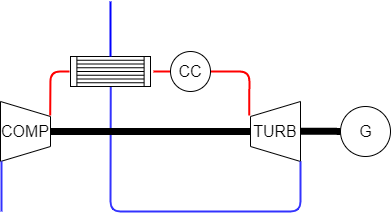
Boreas3/TFE keeps this draw.io diagram as Chapter_4_-_Brayton_cycle/Images/RGT.png. Above is the earlier version. Source tidied: cells renumbered, new cells last; positions are measured from the earlier drawing's top-left corner, leaving out a move shared by most shapes.
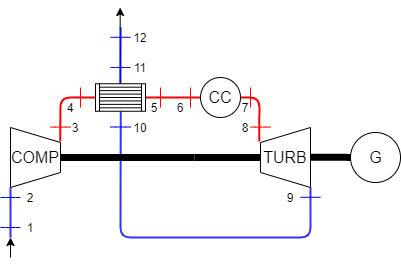
The same diagram one commit later.

Diff of the diagram source:
```diff
@@ -24,8 +24,8 @@
     </mxCell>
     <mxCell id="7" style="endArrow=none;html=1;strokeWidth=2;strokeColor=#3333FF;" parent="1" edge="1">
       <mxGeometry relative="1" as="geometry">
-        <mxPoint x="1" y="210" as="sourcePoint" />
-        <mxPoint x="1" y="160" as="targetPoint" />
+        <mxPoint y="210" as="sourcePoint" />
+        <mxPoint y="160" as="targetPoint" />
       </mxGeometry>
     </mxCell>
     <mxCell id="8" style="endArrow=none;html=1;strokeWidth=2;strokeColor=#3333FF;exitX=0.503;exitY=1.008;exitDx=0;exitDy=0;exitPerimeter=0;" parent="1" edge="1" source="9">
@@ -37,30 +37,24 @@
         </Array>
       </mxGeometry>
     </mxCell>
-    <mxCell id="9" style="shape=mxgraph.pid.heat_exchangers.fixed_straight_tubes_heat_exchanger;html=1;align=center;verticalLabelPosition=bottom;verticalAlign=top;dashed=0;" parent="1" vertex="1">
-      <mxGeometry x="70" y="55" width="80" height="30" as="geometry" />
-    </mxCell>
-    <mxCell id="10" style="endArrow=none;html=1;strokeColor=#FF0000;strokeWidth=2;" parent="1" edge="1">
-      <mxGeometry relative="1" as="geometry">
-        <mxPoint x="153" y="70" as="sourcePoint" />
-        <mxPoint x="170" y="70" as="targetPoint" />
-      </mxGeometry>
+    <mxCell id="10" style="endArrow=none;html=1;strokeColor=#FF0000;strokeWidth=2;exitX=0.968;exitY=0.5;exitDx=0;exitDy=0;exitPerimeter=0;entryX=0;entryY=0.5;entryDx=0;entryDy=0;" parent="1" edge="1" source="9" target="17">
+      <mxGeometry relative="1" as="geometry" />
     </mxCell>
-    <mxCell id="11" style="endArrow=none;html=1;strokeWidth=2;entryX=1.026;entryY=0.768;entryDx=0;entryDy=0;entryPerimeter=0;strokeColor=#FF0000;" parent="1" edge="1">
+    <mxCell id="11" style="endArrow=none;html=1;strokeWidth=2;entryX=1.026;entryY=0.768;entryDx=0;entryDy=0;entryPerimeter=0;strokeColor=#FF0000;exitX=0;exitY=0.5;exitDx=0;exitDy=0;exitPerimeter=0;" parent="1" edge="1" source="9">
       <mxGeometry relative="1" as="geometry">
-        <mxPoint x="69" y="70" as="sourcePoint" />
         <mxPoint x="49.7" y="113.9" as="targetPoint" />
         <Array as="points">
           <mxPoint x="50" y="70" />
         </Array>
       </mxGeometry>
     </mxCell>
-    <mxCell id="12" style="endArrow=none;html=1;exitX=1;exitY=0.5;exitDx=0;exitDy=0;exitPerimeter=0;entryX=1;entryY=0.5;entryDx=0;entryDy=0;entryPerimeter=0;jumpSize=6;strokeWidth=7;" parent="1" edge="1" source="2" target="3">
-      <mxGeometry relative="1" as="geometry" />
+    <mxCell id="12" style="endArrow=none;html=1;exitX=1;exitY=0.5;exitDx=0;exitDy=0;exitPerimeter=0;entryX=1;entryY=0.5;entryDx=0;entryDy=0;entryPerimeter=0;jumpSize=6;strokeWidth=7;" parent="1" edge="1" target="3">
+      <mxGeometry relative="1" as="geometry">
+        <mxPoint x="184" y="130" as="sourcePoint" />
+      </mxGeometry>
     </mxCell>
-    <mxCell id="13" style="endArrow=none;html=1;strokeColor=#0000FF;strokeWidth=2;" parent="1" edge="1">
+    <mxCell id="13" style="endArrow=none;html=1;strokeColor=#0000FF;strokeWidth=2;exitX=0.497;exitY=0;exitDx=0;exitDy=0;exitPerimeter=0;" parent="1" edge="1" source="9">
       <mxGeometry relative="1" as="geometry">
-        <mxPoint x="110" y="55" as="sourcePoint" />
         <mxPoint x="110" as="targetPoint" />
       </mxGeometry>
     </mxCell>
@@ -77,10 +71,162 @@
       </mxGeometry>
     </mxCell>
     <mxCell id="16" style="ellipse;whiteSpace=wrap;html=1;" parent="1" vertex="1">
-      <mxGeometry x="170" y="50" width="40" height="40" as="geometry" />
+      <mxGeometry x="190" y="50" width="40" height="40" as="geometry" />
     </mxCell>
     <mxCell id="17" value="CC" style="text;html=1;strokeColor=none;fillColor=none;align=center;verticalAlign=middle;whiteSpace=wrap;rounded=0;fontSize=16;" parent="1" vertex="1">
-      <mxGeometry x="170" y="60" width="40" height="20" as="geometry" />
+      <mxGeometry x="190" y="60" width="40" height="20" as="geometry" />
     </mxCell>
+    <mxCell id="18" style="endArrow=none;html=1;strokeColor=#0000FF;" parent="1" edge="1">
+      <mxGeometry relative="1" as="geometry">
+        <mxPoint x="-10" y="200" as="sourcePoint" />
+        <mxPoint x="10" y="200" as="targetPoint" />
+        <Array as="points">
+          <mxPoint y="200" />
+        </Array>
+      </mxGeometry>
+    </mxCell>
+    <mxCell id="19" style="endArrow=none;html=1;strokeColor=#FF0000;" parent="1" edge="1">
+      <mxGeometry relative="1" as="geometry">
+        <mxPoint x="40" y="99.6" as="sourcePoint" />
+        <mxPoint x="60" y="99.6" as="targetPoint" />
+        <Array as="points">
+          <mxPoint x="50" y="99.6" />
+        </Array>
+      </mxGeometry>
+    </mxCell>
+    <mxCell id="20" value="1" style="text;html=1;strokeColor=none;fillColor=none;align=center;verticalAlign=middle;whiteSpace=wrap;rounded=0;" parent="1" vertex="1">
+      <mxGeometry y="190" width="40" height="20" as="geometry" />
+    </mxCell>
+    <mxCell id="21" value="3" style="text;html=1;strokeColor=none;fillColor=none;align=center;verticalAlign=middle;whiteSpace=wrap;rounded=0;" parent="1" vertex="1">
+      <mxGeometry x="45" y="90" width="40" height="20" as="geometry" />
+    </mxCell>
+    <mxCell id="22" style="endArrow=none;html=1;strokeColor=#0000FF;" parent="1" edge="1">
+      <mxGeometry relative="1" as="geometry">
+        <mxPoint x="-10" y="170" as="sourcePoint" />
+        <mxPoint x="10" y="170" as="targetPoint" />
+        <Array as="points">
+          <mxPoint y="170" />
+        </Array>
+      </mxGeometry>
+    </mxCell>
+    <mxCell id="23" value="2" style="text;html=1;strokeColor=none;fillColor=none;align=center;verticalAlign=middle;whiteSpace=wrap;rounded=0;" parent="1" vertex="1">
+      <mxGeometry y="160" width="40" height="20" as="geometry" />
+    </mxCell>
+    <mxCell id="24" style="endArrow=none;html=1;strokeColor=#FF0000;" parent="1" edge="1">
+      <mxGeometry relative="1" as="geometry">
+        <mxPoint x="70" y="80" as="sourcePoint" />
+        <mxPoint x="70" y="60" as="targetPoint" />
+      </mxGeometry>
+    </mxCell>
+    <mxCell id="25" value="4" style="text;html=1;strokeColor=none;fillColor=none;align=center;verticalAlign=middle;whiteSpace=wrap;rounded=0;" parent="1" vertex="1">
+      <mxGeometry x="40" y="70" width="40" height="20" as="geometry" />
+    </mxCell>
+    <mxCell id="9" style="shape=mxgraph.pid.heat_exchangers.fixed_straight_tubes_heat_exchanger;html=1;align=center;verticalLabelPosition=bottom;verticalAlign=top;dashed=0;" parent="1" vertex="1">
+      <mxGeometry x="85" y="56.2" width="50" height="27.5" as="geometry" />
+    </mxCell>
+    <mxCell id="26" style="endArrow=none;html=1;strokeColor=#FF0000;" parent="1" edge="1">
+      <mxGeometry relative="1" as="geometry">
+        <mxPoint x="150" y="80" as="sourcePoint" />
+        <mxPoint x="150" y="60" as="targetPoint" />
+      </mxGeometry>
+    </mxCell>
+    <mxCell id="27" style="endArrow=none;html=1;exitX=1;exitY=0.5;exitDx=0;exitDy=0;exitPerimeter=0;entryX=1;entryY=0.5;entryDx=0;entryDy=0;entryPerimeter=0;jumpSize=6;strokeWidth=7;" parent="1" edge="1" source="2">
+      <mxGeometry relative="1" as="geometry">
+        <mxPoint x="184" y="130" as="targetPoint" />
+      </mxGeometry>
+    </mxCell>
+    <mxCell id="28" value="5" style="text;html=1;strokeColor=none;fillColor=none;align=center;verticalAlign=middle;whiteSpace=wrap;rounded=0;" parent="1" vertex="1">
+      <mxGeometry x="124" y="70" width="40" height="20" as="geometry" />
+    </mxCell>
+    <mxCell id="29" style="endArrow=none;html=1;strokeColor=#FF0000;" parent="1" edge="1">
+      <mxGeometry relative="1" as="geometry">
+        <mxPoint x="180" y="80" as="sourcePoint" />
+        <mxPoint x="180" y="60" as="targetPoint" />
+      </mxGeometry>
+    </mxCell>
+    <mxCell id="30" value="6" style="text;html=1;strokeColor=none;fillColor=none;align=center;verticalAlign=middle;whiteSpace=wrap;rounded=0;" parent="1" vertex="1">
+      <mxGeometry x="150" y="70" width="40" height="20" as="geometry" />
+    </mxCell>
+    <mxCell id="31" style="endArrow=none;html=1;strokeColor=#FF0000;" parent="1" edge="1">
+      <mxGeometry relative="1" as="geometry">
+        <mxPoint x="240" y="80" as="sourcePoint" />
+        <mxPoint x="240" y="60" as="targetPoint" />
+      </mxGeometry>
+    </mxCell>
+    <mxCell id="32" value="7" style="text;html=1;strokeColor=none;fillColor=none;align=center;verticalAlign=middle;whiteSpace=wrap;rounded=0;" parent="1" vertex="1">
+      <mxGeometry x="215" y="70" width="40" height="20" as="geometry" />
+    </mxCell>
+    <mxCell id="33" style="endArrow=none;html=1;strokeColor=#FF0000;" parent="1" edge="1">
+      <mxGeometry relative="1" as="geometry">
+        <mxPoint x="240" y="99.6" as="sourcePoint" />
+        <mxPoint x="260" y="99.6" as="targetPoint" />
+        <Array as="points">
+          <mxPoint x="250" y="99.6" />
+        </Array>
+      </mxGeometry>
+    </mxCell>
+    <mxCell id="34" value="8" style="text;html=1;strokeColor=none;fillColor=none;align=center;verticalAlign=middle;whiteSpace=wrap;rounded=0;" parent="1" vertex="1">
+      <mxGeometry x="215" y="90" width="40" height="20" as="geometry" />
+    </mxCell>
+    <mxCell id="35" style="endArrow=none;html=1;strokeColor=#0000FF;" parent="1" edge="1">
+      <mxGeometry relative="1" as="geometry">
+        <mxPoint x="290" y="169.8" as="sourcePoint" />
+        <mxPoint x="310" y="169.8" as="targetPoint" />
+        <Array as="points">
+          <mxPoint x="300" y="169.8" />
+        </Array>
+      </mxGeometry>
+    </mxCell>
+    <mxCell id="36" value="9" style="text;html=1;strokeColor=none;fillColor=none;align=center;verticalAlign=middle;whiteSpace=wrap;rounded=0;" parent="1" vertex="1">
+      <mxGeometry x="260" y="160" width="40" height="20" as="geometry" />
+    </mxCell>
+    <mxCell id="37" style="endArrow=none;html=1;strokeColor=#0000FF;" parent="1" edge="1">
+      <mxGeometry relative="1" as="geometry">
+        <mxPoint x="100" y="99.5" as="sourcePoint" />
+        <mxPoint x="120" y="99.5" as="targetPoint" />
+        <Array as="points">
+          <mxPoint x="110" y="99.5" />
+        </Array>
+      </mxGeometry>
+    </mxCell>
+    <mxCell id="38" value="10" style="text;html=1;strokeColor=none;fillColor=none;align=center;verticalAlign=middle;whiteSpace=wrap;rounded=0;" parent="1" vertex="1">
+      <mxGeometry x="110" y="90" width="40" height="20" as="geometry" />
+    </mxCell>
+    <mxCell id="39" style="endArrow=none;html=1;strokeColor=#0000FF;" parent="1" edge="1">
+      <mxGeometry relative="1" as="geometry">
+        <mxPoint x="100" y="9.8" as="sourcePoint" />
+        <mxPoint x="120" y="9.8" as="targetPoint" />
+        <Array as="points">
+          <mxPoint x="110" y="9.8" />
+        </Array>
+      </mxGeometry>
+    </mxCell>
+    <mxCell id="40" value="12" style="text;html=1;strokeColor=none;fillColor=none;align=center;verticalAlign=middle;whiteSpace=wrap;rounded=0;" parent="1" vertex="1">
+      <mxGeometry x="110" width="40" height="20" as="geometry" />
+    </mxCell>
+    <mxCell id="41" style="endArrow=none;html=1;strokeColor=#0000FF;" parent="1" edge="1">
+      <mxGeometry relative="1" as="geometry">
+        <mxPoint x="100" y="40" as="sourcePoint" />
+        <mxPoint x="120" y="40" as="targetPoint" />
+        <Array as="points">
+          <mxPoint x="110" y="40" />
+        </Array>
+      </mxGeometry>
+    </mxCell>
+    <mxCell id="42" value="11" style="text;html=1;strokeColor=none;fillColor=none;align=center;verticalAlign=middle;whiteSpace=wrap;rounded=0;" parent="1" vertex="1">
+      <mxGeometry x="110" y="30" width="40" height="20" as="geometry" />
+    </mxCell>
+    <mxCell id="43" style="endArrow=classic;html=1;" parent="1" edge="1">
+      <mxGeometry relative="1" as="geometry">
+        <mxPoint y="230" as="sourcePoint" />
+        <mxPoint y="210" as="targetPoint" />
+      </mxGeometry>
+    </mxCell>
+    <mxCell id="44" style="endArrow=classic;html=1;" parent="1" edge="1">
+      <mxGeometry relative="1" as="geometry">
+        <mxPoint x="109.7" as="sourcePoint" />
+        <mxPoint x="109.7" y="-20" as="targetPoint" />
+      </mxGeometry>
+    </mxCell>
   </root>
 </mxGraphModel>
```
